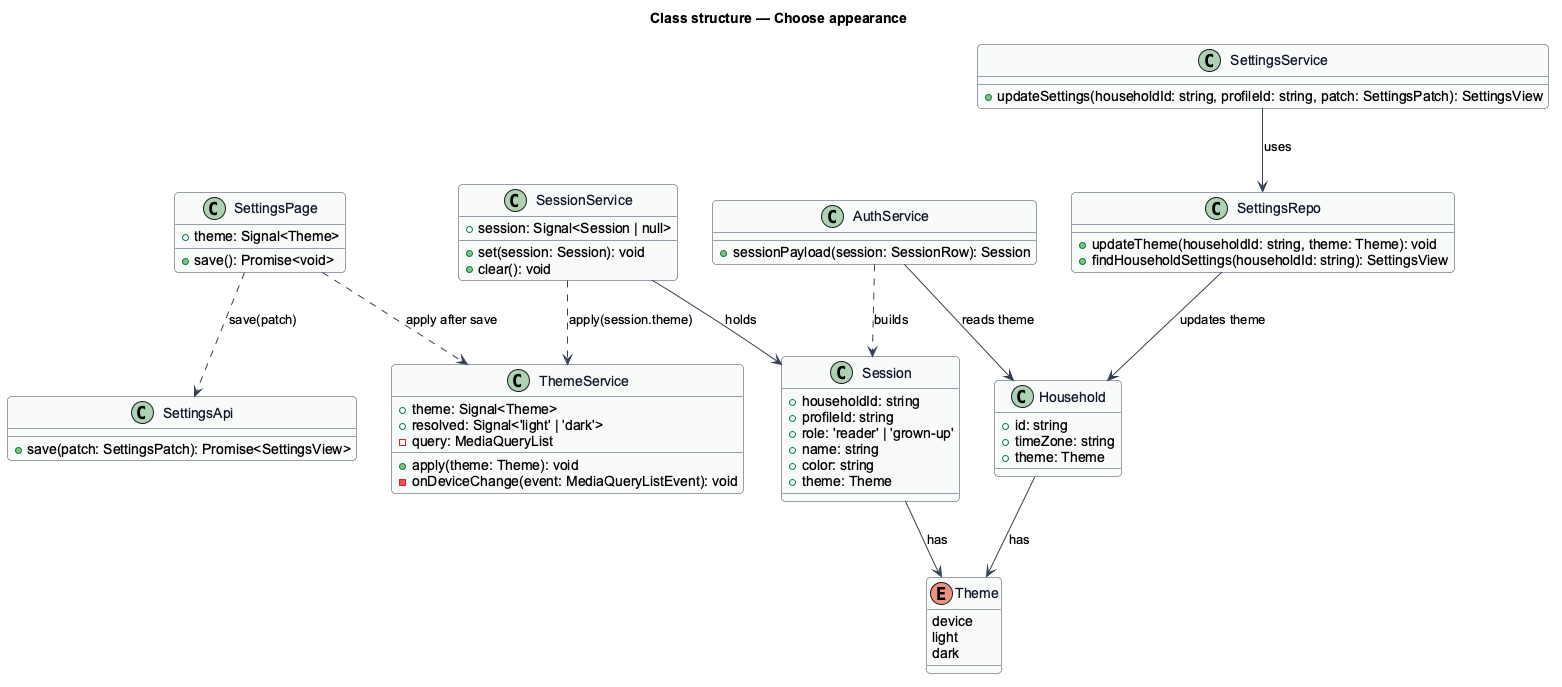
Above: docs/detailed-designs/settings/choose-appearance/diagrams/class-structure.png in QuinntyneBrown/shelfie (PlantUML), before the change. The source it was exported from:
```plantuml
@startuml
skinparam backgroundColor #FFFFFF
skinparam shadowing false
skinparam roundcorner 8
skinparam defaultFontName Arial
skinparam ArrowColor #344054
skinparam class {
  BorderColor #344054
  FontColor #101828
  BackgroundColor #F9FAFB
}
title Class structure — Choose appearance

enum Theme {
  device
  light
  dark
}

class ThemeService {
  +theme: Signal<Theme>
  +resolved: Signal<'light' | 'dark'>
  -query: MediaQueryList
  +apply(theme: Theme): void
  -onDeviceChange(event: MediaQueryListEvent): void
}

class SessionService {
  +session: Signal<Session | null>
  +set(session: Session): void
  +clear(): void
}

class Session {
  +householdId: string
  +profileId: string
  +role: 'reader' | 'grown-up'
  +name: string
  +color: string
  +theme: Theme
}

class SettingsPage {
  +theme: Signal<Theme>
  +save(): Promise<void>
}

class SettingsApi {
  +save(patch: SettingsPatch): Promise<SettingsView>
}

class AuthService {
  +sessionPayload(session: SessionRow): Session
}

class SettingsService {
  +updateSettings(householdId: string, profileId: string, patch: SettingsPatch): SettingsView
}

class SettingsRepo {
  +updateTheme(householdId: string, theme: Theme): void
  +findHouseholdSettings(householdId: string): SettingsView
}

class Household {
  +id: string
  +timeZone: string
  +theme: Theme
}

SessionService ..> ThemeService : apply(session.theme)
SessionService --> Session : holds
Session --> Theme : has
SettingsPage ..> SettingsApi : save(patch)
SettingsPage ..> ThemeService : apply after save
AuthService ..> Session : builds
AuthService --> Household : reads theme
SettingsService --> SettingsRepo : uses
SettingsRepo --> Household : updates theme
Household --> Theme : has
@enduml
```
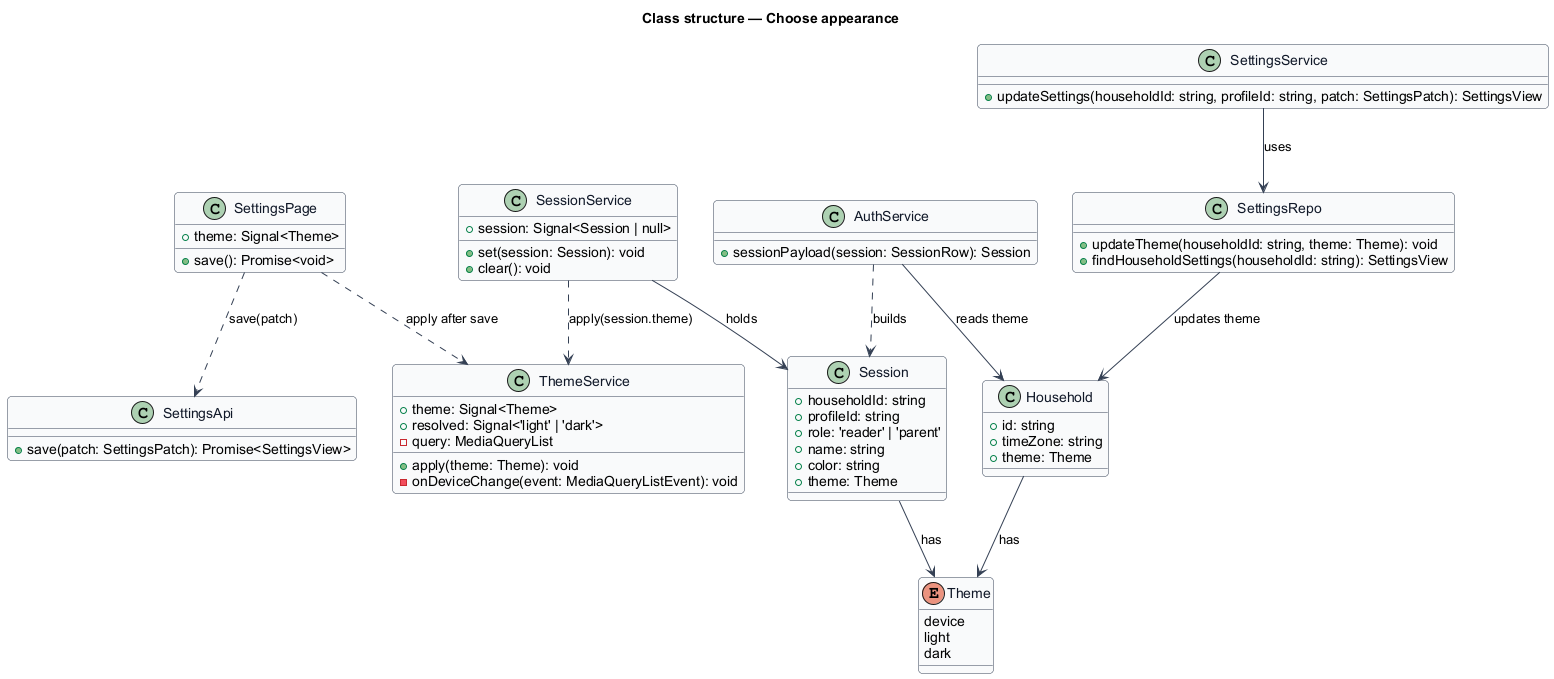
Above is the later version.

What changed in the source:
```diff
@@ -34,7 +34,7 @@
 class Session {
   +householdId: string
   +profileId: string
-  +role: 'reader' | 'grown-up'
+  +role: 'reader' | 'parent'
   +name: string
   +color: string
   +theme: Theme
```
